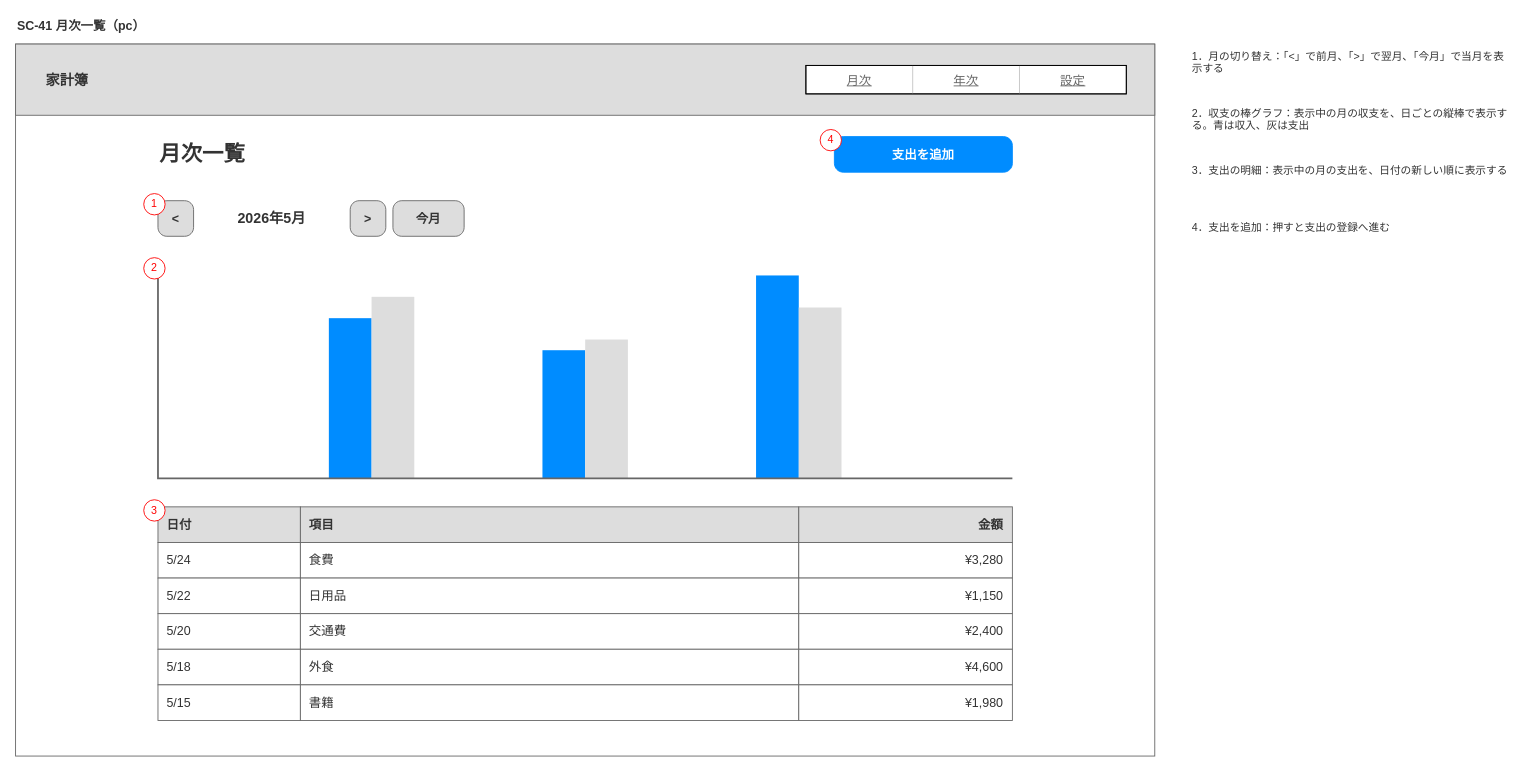
This is page "pc" (1 of 2) of outputs/wireframes/drawio/wf-sc41-ledger.drawio from hiroshees/drawio-design-kit, a draw.io file, before an edit. Source tidied: cells renumbered, new cells numbered last; positions are measured from the earlier drawing's top-left corner, leaving out a move shared by most shapes. Both pictures are drawn from the tidied source at 89%, with x=0, y=0 at pixel (15, 15).
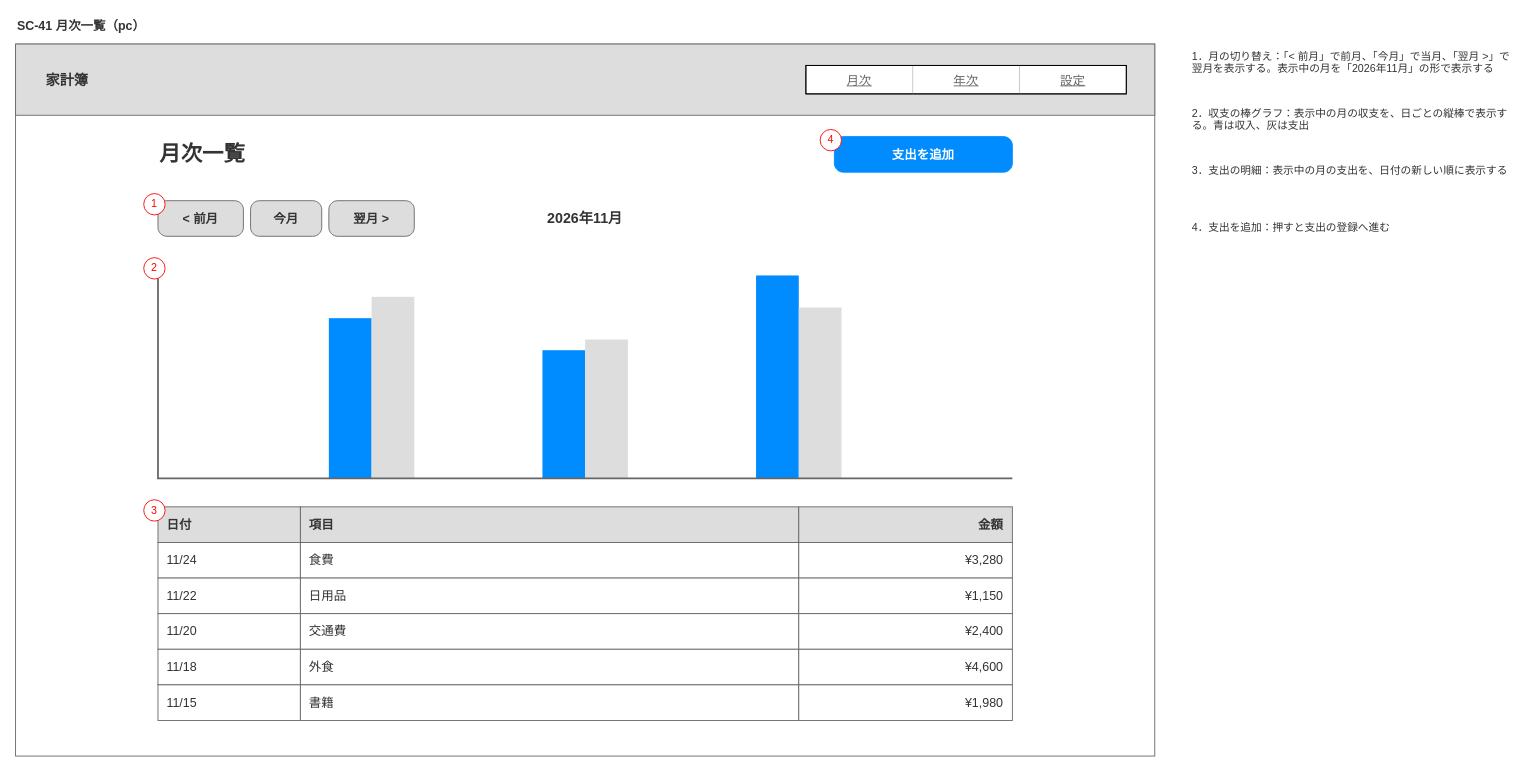
After the change.

The edit, as a diff of the source:
```diff
@@
-    <mxCell id="11" style="shape=mxgraph.mockup.buttons.button;html=1;whiteSpace=wrap;mainText=&lt;;strokeColor=#666666;fillColor=#dddddd;textColor=#333333;textSize=14;" parent="2" vertex="1">
-      <mxGeometry x="160" y="208" width="40" height="40" as="geometry" />
+    <mxCell id="11" style="shape=mxgraph.mockup.buttons.button;html=1;whiteSpace=wrap;mainText=&lt; 前月;strokeColor=#666666;fillColor=#dddddd;textColor=#333333;textSize=14;" parent="2" vertex="1">
+      <mxGeometry x="160" y="208" width="96" height="40" as="geometry" />
     </mxCell>
-    <mxCell id="12" value="2026年5月" style="text;html=1;whiteSpace=wrap;align=center;verticalAlign=middle;fontSize=16;fontColor=#333333;fontStyle=1;" parent="2" vertex="1">
-      <mxGeometry x="208" y="208" width="160" height="40" as="geometry" />
+    <mxCell id="12" style="shape=mxgraph.mockup.buttons.button;html=1;whiteSpace=wrap;mainText=今月;strokeColor=#666666;fillColor=#dddddd;textColor=#333333;textSize=14;" parent="2" vertex="1">
+      <mxGeometry x="264" y="208" width="80" height="40" as="geometry" />
     </mxCell>
-    <mxCell id="13" style="shape=mxgraph.mockup.buttons.button;html=1;whiteSpace=wrap;mainText=&gt;;strokeColor=#666666;fillColor=#dddddd;textColor=#333333;textSize=14;" parent="2" vertex="1">
-      <mxGeometry x="376" y="208" width="40" height="40" as="geometry" />
+    <mxCell id="13" style="shape=mxgraph.mockup.buttons.button;html=1;whiteSpace=wrap;mainText=翌月 &gt;;strokeColor=#666666;fillColor=#dddddd;textColor=#333333;textSize=14;" parent="2" vertex="1">
+      <mxGeometry x="352" y="208" width="96" height="40" as="geometry" />
     </mxCell>
-    <mxCell id="14" style="shape=mxgraph.mockup.buttons.button;html=1;whiteSpace=wrap;mainText=今月;strokeColor=#666666;fillColor=#dddddd;textColor=#333333;textSize=14;" parent="2" vertex="1">
-      <mxGeometry x="424" y="208" width="80" height="40" as="geometry" />
+    <mxCell id="14" value="2026年11月" style="text;html=1;whiteSpace=wrap;align=center;verticalAlign=middle;fontSize=16;fontColor=#333333;fontStyle=1;" parent="2" vertex="1">
+      <mxGeometry x="480" y="208" width="320" height="40" as="geometry" />
     </mxCell>
@@
-    <mxCell id="19" value="5/24" style="rounded=0;whiteSpace=wrap;html=1;fillColor=#FFFFFF;strokeColor=#666666;fontSize=14;fontColor=#333333;align=left;verticalAlign=middle;spacingLeft=8;spacingRight=8;" parent="2" vertex="1">
+    <mxCell id="19" value="11/24" style="rounded=0;whiteSpace=wrap;html=1;fillColor=#FFFFFF;strokeColor=#666666;fontSize=14;fontColor=#333333;align=left;verticalAlign=middle;spacingLeft=8;spacingRight=8;" parent="2" vertex="1">
       <mxGeometry x="160" y="592" width="160" height="40" as="geometry" />
     </mxCell>
@@
-    <mxCell id="22" value="5/22" style="rounded=0;whiteSpace=wrap;html=1;fillColor=#FFFFFF;strokeColor=#666666;fontSize=14;fontColor=#333333;align=left;verticalAlign=middle;spacingLeft=8;spacingRight=8;" parent="2" vertex="1">
+    <mxCell id="22" value="11/22" style="rounded=0;whiteSpace=wrap;html=1;fillColor=#FFFFFF;strokeColor=#666666;fontSize=14;fontColor=#333333;align=left;verticalAlign=middle;spacingLeft=8;spacingRight=8;" parent="2" vertex="1">
       <mxGeometry x="160" y="632" width="160" height="40" as="geometry" />
     </mxCell>
@@
-    <mxCell id="25" value="5/20" style="rounded=0;whiteSpace=wrap;html=1;fillColor=#FFFFFF;strokeColor=#666666;fontSize=14;fontColor=#333333;align=left;verticalAlign=middle;spacingLeft=8;spacingRight=8;" parent="2" vertex="1">
+    <mxCell id="25" value="11/20" style="rounded=0;whiteSpace=wrap;html=1;fillColor=#FFFFFF;strokeColor=#666666;fontSize=14;fontColor=#333333;align=left;verticalAlign=middle;spacingLeft=8;spacingRight=8;" parent="2" vertex="1">
       <mxGeometry x="160" y="672" width="160" height="40" as="geometry" />
     </mxCell>
@@
-    <mxCell id="28" value="5/18" style="rounded=0;whiteSpace=wrap;html=1;fillColor=#FFFFFF;strokeColor=#666666;fontSize=14;fontColor=#333333;align=left;verticalAlign=middle;spacingLeft=8;spacingRight=8;" parent="2" vertex="1">
+    <mxCell id="28" value="11/18" style="rounded=0;whiteSpace=wrap;html=1;fillColor=#FFFFFF;strokeColor=#666666;fontSize=14;fontColor=#333333;align=left;verticalAlign=middle;spacingLeft=8;spacingRight=8;" parent="2" vertex="1">
       <mxGeometry x="160" y="712" width="160" height="40" as="geometry" />
     </mxCell>
@@
-    <mxCell id="31" value="5/15" style="rounded=0;whiteSpace=wrap;html=1;fillColor=#FFFFFF;strokeColor=#666666;fontSize=14;fontColor=#333333;align=left;verticalAlign=middle;spacingLeft=8;spacingRight=8;" parent="2" vertex="1">
+    <mxCell id="31" value="11/15" style="rounded=0;whiteSpace=wrap;html=1;fillColor=#FFFFFF;strokeColor=#666666;fontSize=14;fontColor=#333333;align=left;verticalAlign=middle;spacingLeft=8;spacingRight=8;" parent="2" vertex="1">
       <mxGeometry x="160" y="752" width="160" height="40" as="geometry" />
     </mxCell>
@@
-    <mxCell id="35" value="1．月の切り替え：「&lt;」で前月、「&gt;」で翌月、「今月」で当月を表示する" style="text;html=1;whiteSpace=wrap;align=left;verticalAlign=top;fontSize=12;fontColor=#333333;" parent="3" vertex="1">
+    <mxCell id="35" value="1．月の切り替え：「&lt; 前月」で前月、「今月」で当月、「翌月 &gt;」で翌月を表示する。表示中の月を「2026年11月」の形で表示する" style="text;html=1;whiteSpace=wrap;align=left;verticalAlign=top;fontSize=12;fontColor=#333333;" parent="3" vertex="1">
       <mxGeometry x="1320" y="32" width="360" height="56" as="geometry" />
     </mxCell>
```
